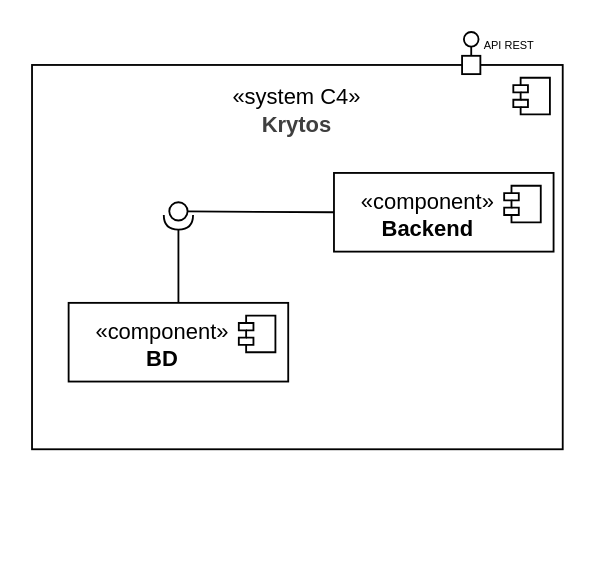
This is Phase1/images/VL/VL2.drawio from mei-desofs/desofs2026_thu_ffs_2, a draw.io file, before an edit. Source tidied: cells renumbered, new cells numbered last; positions are measured from the earlier drawing's top-left corner, leaving out a move shared by most shapes. Both pictures are drawn from the tidied source at 183%, with x=0, y=0 at pixel (31, 31).
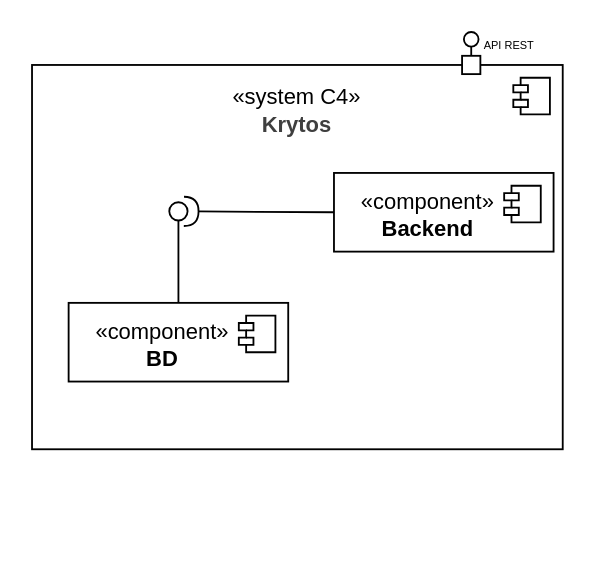
The same diagram, later.

Commit message (it also covers changes not shown here):
G - #4 - correction on logical view level 2

Unchanged cells that the change refers to:
```xml
<mxCell id="9" style="html=1;whiteSpace=wrap;" parent="1" vertex="1">
  <mxGeometry x="165" y="77" width="120" height="43" as="geometry" />
</mxCell>
<mxCell id="12" style="html=1;whiteSpace=wrap;" parent="1" vertex="1">
  <mxGeometry x="20" y="148" width="120" height="43" as="geometry" />
</mxCell>
```

What changed in the source:
```diff
@@
-    <mxCell id="15" style="rounded=0;jettySize=auto;html=1;endArrow=halfCircle;endFill=0;endSize=6;strokeWidth=1;sketch=0;exitX=0.5;exitY=0;exitDx=0;exitDy=0;" parent="1" edge="1" source="12">
+    <mxCell id="15" style="rounded=0;jettySize=auto;html=1;endArrow=halfCircle;endFill=0;endSize=6;strokeWidth=1;sketch=0;exitX=0;exitY=0.5;exitDx=0;exitDy=0;" parent="1" edge="1" source="9">
       <mxGeometry relative="1" as="geometry">
-        <mxPoint x="80" y="100" as="targetPoint" />
+        <mxPoint x="83" y="98" as="targetPoint" />
       </mxGeometry>
     </mxCell>
-    <mxCell id="16" style="rounded=0;jettySize=auto;html=1;endArrow=oval;endFill=0;sketch=0;sourcePerimeterSpacing=0;targetPerimeterSpacing=0;endSize=10;exitX=0;exitY=0.5;exitDx=0;exitDy=0;" parent="1" edge="1" source="9">
+    <mxCell id="16" style="rounded=0;jettySize=auto;html=1;endArrow=oval;endFill=0;sketch=0;sourcePerimeterSpacing=0;targetPerimeterSpacing=0;endSize=10;exitX=0.5;exitY=0;exitDx=0;exitDy=0;" parent="1" edge="1" source="12">
       <mxGeometry relative="1" as="geometry">
         <mxPoint x="80" y="98" as="targetPoint" />
       </mxGeometry>
     </mxCell>
```
